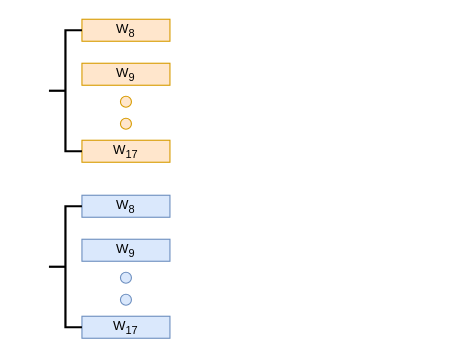
The draw.io diagram 未命名绘图.drawio in bill20201015/DCM2PNG, before the edit. Source tidied: cells renumbered, new cells numbered last; positions are measured from the earlier drawing's top-left corner, leaving out a move shared by most shapes. Both pictures are drawn from the tidied source at 110%, with x=0, y=0 at pixel (26, 19).
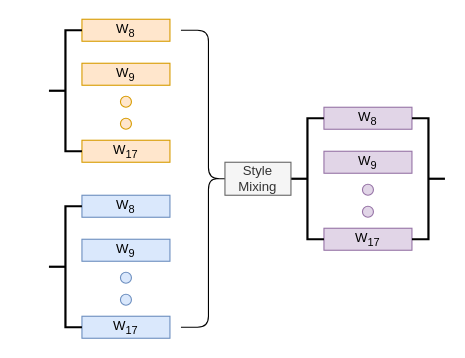
The same page after the edit.

Commit message:
更新未命名绘图.drawio

What changed in the source:
```diff
@@
+    <mxCell id="15" style="shape=curlyBracket;whiteSpace=wrap;html=1;rounded=1;flipH=1;labelPosition=right;verticalLabelPosition=middle;align=left;verticalAlign=middle;size=0.5;" parent="1" vertex="1">
+      <mxGeometry x="140" y="10" width="50" height="270" as="geometry" />
+    </mxCell>
+    <mxCell id="16" value="W&lt;sub&gt;8&lt;/sub&gt;" style="rounded=0;whiteSpace=wrap;html=1;fillColor=#e1d5e7;strokeColor=#9673a6;" parent="1" vertex="1">
+      <mxGeometry x="270" y="80" width="80" height="20" as="geometry" />
+    </mxCell>
+    <mxCell id="17" value="W&lt;sub&gt;9&lt;/sub&gt;" style="rounded=0;whiteSpace=wrap;html=1;fillColor=#e1d5e7;strokeColor=#9673a6;" parent="1" vertex="1">
+      <mxGeometry x="270" y="120" width="80" height="20" as="geometry" />
+    </mxCell>
+    <mxCell id="18" value="W&lt;sub&gt;17&lt;/sub&gt;" style="rounded=0;whiteSpace=wrap;html=1;fillColor=#e1d5e7;strokeColor=#9673a6;" parent="1" vertex="1">
+      <mxGeometry x="270" y="190" width="80" height="20" as="geometry" />
+    </mxCell>
+    <mxCell id="19" style="ellipse;whiteSpace=wrap;html=1;fillColor=#e1d5e7;strokeColor=#9673a6;" parent="1" vertex="1">
+      <mxGeometry x="305" y="150" width="10" height="10" as="geometry" />
+    </mxCell>
+    <mxCell id="20" style="ellipse;whiteSpace=wrap;html=1;fillColor=#e1d5e7;strokeColor=#9673a6;" parent="1" vertex="1">
+      <mxGeometry x="305" y="170" width="10" height="10" as="geometry" />
+    </mxCell>
+    <mxCell id="21" style="strokeWidth=2;html=1;shape=mxgraph.flowchart.annotation_2;align=left;labelPosition=right;" parent="1" vertex="1">
+      <mxGeometry x="240" y="90" width="30" height="110" as="geometry" />
+    </mxCell>
+    <mxCell id="22" value="Style Mixing" style="rounded=0;whiteSpace=wrap;html=1;fillColor=#f5f5f5;fontColor=#333333;strokeColor=#666666;" parent="1" vertex="1">
+      <mxGeometry x="180" y="130" width="60" height="30" as="geometry" />
+    </mxCell>
+    <mxCell id="23" style="strokeWidth=2;html=1;shape=mxgraph.flowchart.annotation_2;align=left;labelPosition=right;rotation=-180;" parent="1" vertex="1">
+      <mxGeometry x="350" y="90" width="30" height="110" as="geometry" />
+    </mxCell>
```
